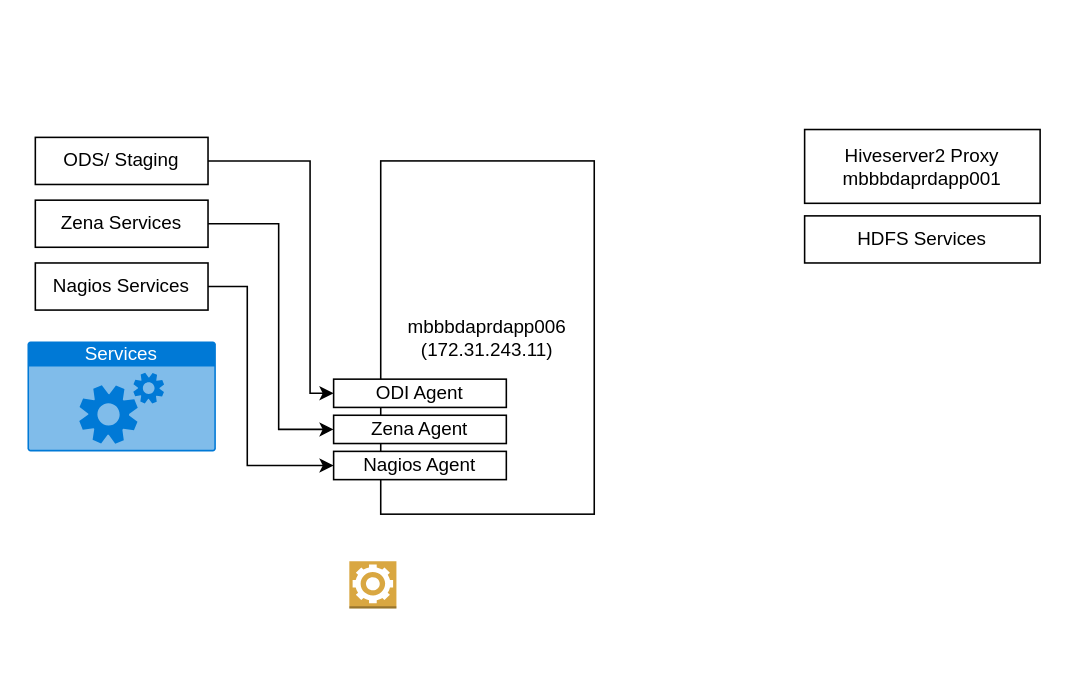
Earlier version of the draw.io diagram Logical BDA agents diagram.drawio (agileox/architecture). Source tidied: cells renumbered, new cells numbered last; positions are measured from the earlier drawing's top-left corner, leaving out a move shared by most shapes. Both pictures are drawn from the tidied source at 157%, with x=0, y=0 at pixel (27, 129).
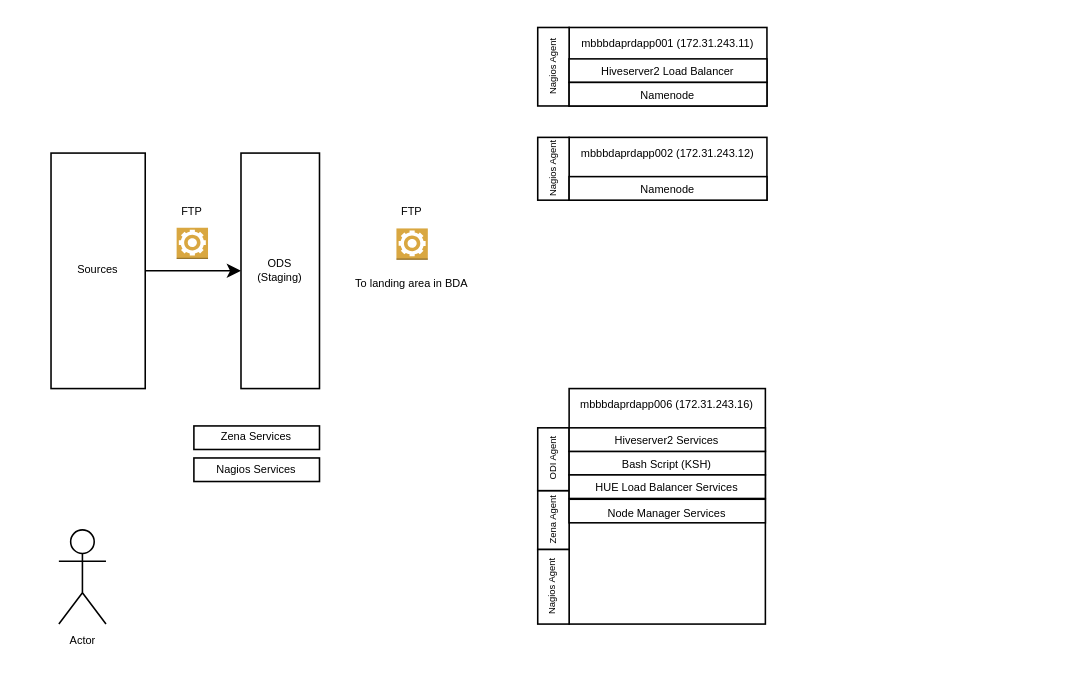
The same page after the edit.

Change to the diagram source:
```diff
@@
-    <mxCell id="2" style="edgeStyle=orthogonalEdgeStyle;rounded=0;jettySize=auto;html=1;entryX=0;entryY=0.5;entryDx=0;entryDy=0;" parent="1" edge="1" source="3" target="7">
-      <mxGeometry relative="1" as="geometry">
-        <Array as="points">
-          <mxPoint x="160" y="60" />
-          <mxPoint x="160" y="191" />
-        </Array>
-      </mxGeometry>
-    </mxCell>
-    <mxCell id="3" value="Zena Services" style="rounded=0;whiteSpace=wrap;html=1;" parent="1" vertex="1">
-      <mxGeometry x="5" y="45" width="110" height="30" as="geometry" />
+    <mxCell id="3" value="&lt;font style=&quot;font-size: 7px;&quot;&gt;Zena Services&lt;/font&gt;" style="rounded=0;whiteSpace=wrap;html=1;fontSize=7;" parent="1" vertex="1">
+      <mxGeometry x="106" y="188.8" width="80" height="15" as="geometry" />
     </mxCell>
-    <mxCell id="4" style="edgeStyle=orthogonalEdgeStyle;rounded=0;jettySize=auto;html=1;entryX=0;entryY=0.5;entryDx=0;entryDy=0;" parent="1" edge="1" source="5" target="8">
-      <mxGeometry relative="1" as="geometry">
-        <Array as="points">
-          <mxPoint x="140" y="100" />
-          <mxPoint x="140" y="214" />
-        </Array>
-      </mxGeometry>
-    </mxCell>
-    <mxCell id="5" value="Nagios Services" style="rounded=0;whiteSpace=wrap;html=1;" parent="1" vertex="1">
-      <mxGeometry x="5" y="85" width="110" height="30" as="geometry" />
+    <mxCell id="5" value="&lt;font style=&quot;font-size: 7px;&quot;&gt;Nagios Services&lt;/font&gt;" style="rounded=0;whiteSpace=wrap;html=1;fontSize=7;" parent="1" vertex="1">
+      <mxGeometry x="106" y="209.2" width="80" height="15" as="geometry" />
     </mxCell>
+    <mxCell id="16" style="edgeStyle=orthogonalEdgeStyle;rounded=0;jettySize=auto;html=1;entryX=0;entryY=0.5;entryDx=0;entryDy=0;exitX=1;exitY=0.5;exitDx=0;exitDy=0;fontSize=7;" parent="1" edge="1" source="17" target="18">
+      <mxGeometry relative="1" as="geometry" />
+    </mxCell>
+    <mxCell id="17" value="&lt;font style=&quot;font-size: 7px;&quot;&gt;Sources&lt;/font&gt;" style="rounded=0;whiteSpace=wrap;html=1;verticalAlign=middle;fontSize=7;" parent="1" vertex="1">
+      <mxGeometry x="15" y="15" width="60" height="150" as="geometry" />
+    </mxCell>
+    <mxCell id="18" value="&lt;font style=&quot;font-size: 7px;&quot;&gt;ODS&lt;br style=&quot;font-size: 7px;&quot;&gt;(Staging)&lt;/font&gt;" style="rounded=0;whiteSpace=wrap;html=1;fontSize=7;" parent="1" vertex="1">
+      <mxGeometry x="136" y="15" width="50" height="150" as="geometry" />
+    </mxCell>
+    <mxCell id="19" style="group;fontSize=7;" parent="1" vertex="1">
+      <mxGeometry x="85" y="42.5" width="40" height="40" as="geometry" />
+    </mxCell>
+    <mxCell id="20" style="dashed=0;verticalLabelPosition=bottom;verticalAlign=top;align=center;html=1;shape=mxgraph.aws3.worker;fillColor=#D9A741;gradientColor=none;fontSize=7;" parent="19" vertex="1">
+      <mxGeometry x="10" y="20" width="20" height="20" as="geometry" />
+    </mxCell>
+    <mxCell id="21" value="&lt;font style=&quot;font-size: 7px;&quot;&gt;FTP&lt;/font&gt;" style="text;html=1;strokeColor=none;fillColor=none;align=center;verticalAlign=middle;whiteSpace=wrap;rounded=0;fontSize=7;" parent="19" vertex="1">
+      <mxGeometry width="40" height="20" as="geometry" />
+    </mxCell>
+    <mxCell id="22" style="group;fontSize=7;" parent="1" vertex="1">
+      <mxGeometry x="225" y="43" width="40" height="40" as="geometry" />
+    </mxCell>
+    <mxCell id="23" style="dashed=0;verticalLabelPosition=bottom;verticalAlign=top;align=center;html=1;shape=mxgraph.aws3.worker;fillColor=#D9A741;gradientColor=none;fontSize=7;" parent="22" vertex="1">
+      <mxGeometry x="10" y="20" width="20" height="20" as="geometry" />
+    </mxCell>
+    <mxCell id="24" value="&lt;font style=&quot;font-size: 7px;&quot;&gt;FTP&lt;/font&gt;" style="text;html=1;strokeColor=none;fillColor=none;align=center;verticalAlign=middle;whiteSpace=wrap;rounded=0;fontSize=7;" parent="22" vertex="1">
+      <mxGeometry width="40" height="20" as="geometry" />
+    </mxCell>
+    <mxCell id="25" value="&lt;font style=&quot;font-size: 7px;&quot;&gt;To landing area in BDA&lt;/font&gt;" style="text;html=1;strokeColor=none;fillColor=none;align=center;verticalAlign=middle;whiteSpace=wrap;rounded=0;fontSize=7;" parent="1" vertex="1">
+      <mxGeometry x="195" y="89" width="100" height="20" as="geometry" />
+    </mxCell>
-    <mxCell id="6" value="mbbbdaprdapp006&lt;br&gt;(172.31.243.11)" style="rounded=0;whiteSpace=wrap;html=1;" parent="1" vertex="1">
-      <mxGeometry x="225" y="20" width="136" height="225" as="geometry" />
+    <mxCell id="6" value="&lt;font style=&quot;font-size: 7px;&quot;&gt;mbbbdaprdapp006&amp;nbsp;(172.31.243.16)&lt;/font&gt;" style="rounded=0;whiteSpace=wrap;html=1;imageVerticalAlign=top;verticalAlign=top;fontSize=7;" parent="1" vertex="1">
+      <mxGeometry x="345" y="165" width="125" height="150" as="geometry" />
     </mxCell>
-    <mxCell id="7" value="Zena Agent" style="rounded=0;whiteSpace=wrap;html=1;" parent="1" vertex="1">
-      <mxGeometry x="195" y="182" width="110" height="18" as="geometry" />
+    <mxCell id="7" value="&lt;font style=&quot;font-size: 6px;&quot;&gt;Zena Agent&lt;/font&gt;" style="rounded=0;whiteSpace=wrap;html=1;verticalAlign=middle;fontSize=7;horizontal=0;" parent="1" vertex="1">
+      <mxGeometry x="325" y="230" width="20" height="37.5" as="geometry" />
     </mxCell>
-    <mxCell id="8" value="Nagios Agent" style="rounded=0;whiteSpace=wrap;html=1;" parent="1" vertex="1">
-      <mxGeometry x="195" y="205" width="110" height="18" as="geometry" />
+    <mxCell id="8" value="&lt;font style=&quot;font-size: 6px;&quot;&gt;Nagios Agent&lt;/font&gt;" style="rounded=0;whiteSpace=wrap;html=1;verticalAlign=middle;fontSize=7;horizontal=0;" parent="1" vertex="1">
+      <mxGeometry x="325" y="267.5" width="20" height="47.5" as="geometry" />
     </mxCell>
-    <mxCell id="9" value="ODI Agent" style="rounded=0;whiteSpace=wrap;html=1;" parent="1" vertex="1">
-      <mxGeometry x="195" y="159" width="110" height="18" as="geometry" />
+    <mxCell id="9" value="&lt;font style=&quot;font-size: 6px;&quot;&gt;ODI Agent&lt;/font&gt;" style="rounded=0;html=1;verticalAlign=middle;fontSize=7;horizontal=0;" parent="1" vertex="1">
+      <mxGeometry x="325" y="190" width="20" height="40" as="geometry" />
     </mxCell>
-    <mxCell id="10" style="edgeStyle=orthogonalEdgeStyle;rounded=0;jettySize=auto;html=1;entryX=0;entryY=0.5;entryDx=0;entryDy=0;" parent="1" edge="1" source="11" target="9">
-      <mxGeometry relative="1" as="geometry">
-        <Array as="points">
-          <mxPoint x="180" y="20" />
-          <mxPoint x="180" y="168" />
-        </Array>
-      </mxGeometry>
-    </mxCell>
-    <mxCell id="11" value="ODS/ Staging" style="rounded=0;whiteSpace=wrap;html=1;" parent="1" vertex="1">
-      <mxGeometry x="5" y="5" width="110" height="30" as="geometry" />
-    </mxCell>
-    <mxCell id="12" value="Hiveserver2 Proxy&lt;br&gt;mbbbdaprdapp001" style="rounded=0;whiteSpace=wrap;html=1;" parent="1" vertex="1">
-      <mxGeometry x="495" width="150" height="47" as="geometry" />
-    </mxCell>
-    <mxCell id="13" value="HDFS Services" style="rounded=0;whiteSpace=wrap;html=1;" parent="1" vertex="1">
-      <mxGeometry x="495" y="55" width="150" height="30" as="geometry" />
-    </mxCell>
-    <mxCell id="14" value="Services" style="html=1;whiteSpace=wrap;strokeColor=none;fillColor=#0079D6;labelPosition=center;verticalLabelPosition=middle;verticalAlign=top;align=center;fontSize=12;spacingTop=-6;fontColor=#FFFFFF;sketch=0;shape=mxgraph.sitemap.services;" parent="1" vertex="1">
-      <mxGeometry y="135" width="120" height="70" as="geometry" />
-    </mxCell>
-    <mxCell id="15" style="dashed=0;verticalLabelPosition=bottom;verticalAlign=top;align=center;html=1;shape=mxgraph.aws3.worker;fillColor=#D9A741;gradientColor=none;" parent="1" vertex="1">
-      <mxGeometry x="205" y="275" width="30" height="30" as="geometry" />
-    </mxCell>
+    <mxCell id="26" value="&lt;span style=&quot;font-size: 7px;&quot;&gt;Bash Script (KSH)&lt;/span&gt;" style="rounded=0;whiteSpace=wrap;html=1;verticalAlign=bottom;fontSize=7;" parent="1" vertex="1">
+      <mxGeometry x="345" y="205" width="125" height="15" as="geometry" />
+    </mxCell>
+    <mxCell id="27" value="&lt;font style=&quot;font-size: 7px;&quot;&gt;&lt;font style=&quot;font-size: 7px;&quot;&gt;mbbbdaprdapp001&amp;nbsp;(172.31.243.11)&lt;/font&gt;&lt;br style=&quot;font-size: 7px;&quot;&gt;&lt;/font&gt;" style="rounded=0;whiteSpace=wrap;html=1;verticalAlign=top;fontSize=7;" parent="1" vertex="1">
+      <mxGeometry x="345" y="-65" width="126" height="50" as="geometry" />
+    </mxCell>
+    <mxCell id="28" value="&lt;font style=&quot;font-size: 6px;&quot;&gt;Nagios Agent&lt;/font&gt;" style="rounded=0;whiteSpace=wrap;html=1;verticalAlign=middle;fontSize=6;horizontal=0;" parent="1" vertex="1">
+      <mxGeometry x="325" y="-65" width="20" height="50" as="geometry" />
+    </mxCell>
+    <mxCell id="29" value="&lt;font style=&quot;font-size: 7px;&quot;&gt;&lt;font style=&quot;font-size: 7px;&quot;&gt;mbbbdaprdapp002&amp;nbsp;(172.31.243.12)&lt;/font&gt;&lt;br style=&quot;font-size: 7px;&quot;&gt;&lt;/font&gt;" style="rounded=0;whiteSpace=wrap;html=1;verticalAlign=top;fontSize=7;horizontal=1;" parent="1" vertex="1">
+      <mxGeometry x="345" y="5" width="126" height="40" as="geometry" />
+    </mxCell>
+    <mxCell id="30" value="&lt;font style=&quot;font-size: 6px;&quot;&gt;Nagios Agent&lt;/font&gt;" style="rounded=0;whiteSpace=wrap;html=1;verticalAlign=middle;fontSize=6;horizontal=0;" parent="1" vertex="1">
+      <mxGeometry x="325" y="5" width="20" height="40" as="geometry" />
+    </mxCell>
+    <mxCell id="31" value="&lt;span style=&quot;font-size: 7px;&quot;&gt;Hiveserver2 Services&lt;/span&gt;" style="rounded=0;whiteSpace=wrap;html=1;verticalAlign=bottom;fontSize=7;" parent="1" vertex="1">
+      <mxGeometry x="345" y="190" width="125" height="15" as="geometry" />
+    </mxCell>
+    <mxCell id="32" value="&lt;font style=&quot;font-size: 7px;&quot;&gt;Hiveserver2 Load Balancer&lt;/font&gt;" style="rounded=0;whiteSpace=wrap;html=1;verticalAlign=bottom;fontSize=7;" parent="1" vertex="1">
+      <mxGeometry x="345" y="-45" width="126" height="15" as="geometry" />
+    </mxCell>
+    <mxCell id="33" value="&lt;span style=&quot;font-size: 7px;&quot;&gt;Namenode&lt;/span&gt;" style="rounded=0;whiteSpace=wrap;html=1;verticalAlign=bottom;fontSize=7;" parent="1" vertex="1">
+      <mxGeometry x="345" y="-30" width="126" height="15" as="geometry" />
+    </mxCell>
+    <mxCell id="34" value="&lt;font style=&quot;font-size: 7px;&quot;&gt;Namenode&lt;/font&gt;" style="rounded=0;whiteSpace=wrap;html=1;verticalAlign=bottom;fontSize=7;" parent="1" vertex="1">
+      <mxGeometry x="345" y="30" width="126" height="15" as="geometry" />
+    </mxCell>
+    <mxCell id="35" value="Actor" style="shape=umlActor;verticalLabelPosition=bottom;verticalAlign=top;html=1;fontSize=7;" parent="1" vertex="1">
+      <mxGeometry x="20" y="255" width="30" height="60" as="geometry" />
+    </mxCell>
+    <mxCell id="36" value="&lt;span style=&quot;font-size: 7px;&quot;&gt;HUE Load Balancer Services&lt;/span&gt;" style="rounded=0;whiteSpace=wrap;html=1;verticalAlign=bottom;fontSize=7;" parent="1" vertex="1">
+      <mxGeometry x="345" y="220" width="125" height="15" as="geometry" />
+    </mxCell>
+    <mxCell id="37" value="&lt;span style=&quot;font-size: 7px;&quot;&gt;Node Manager Services&lt;/span&gt;" style="rounded=0;whiteSpace=wrap;html=1;verticalAlign=bottom;fontSize=7;" parent="1" vertex="1">
+      <mxGeometry x="345" y="235.5" width="125" height="15" as="geometry" />
+    </mxCell>
```
